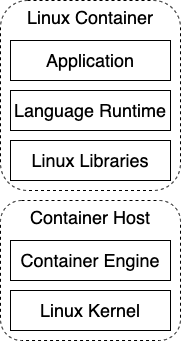
kgb1001001/cloudadoptionpatterns keeps this draw.io diagram as assets/container-host-arch.png. Above is the earlier version. Source tidied: cells renumbered, new cells last; positions are measured from the earlier drawing's top-left corner, leaving out a move shared by most shapes. The source it was exported from:
```xml
<mxGraphModel>
  <root>
    <mxCell id="0" />
    <mxCell id="1" parent="0" />
    <mxCell id="2" value="&lt;font style=&quot;font-size: 18px&quot;&gt;Container Host&lt;/font&gt;" style="rounded=1;whiteSpace=wrap;html=1;dashed=1;verticalAlign=top;" parent="1" vertex="1">
      <mxGeometry y="200" width="180" height="140" as="geometry" />
    </mxCell>
    <mxCell id="3" value="&lt;font style=&quot;font-size: 18px&quot;&gt;Linux Container&lt;/font&gt;" style="rounded=1;whiteSpace=wrap;html=1;dashed=1;verticalAlign=top;" parent="1" vertex="1">
      <mxGeometry width="180" height="190" as="geometry" />
    </mxCell>
    <mxCell id="4" value="&lt;font style=&quot;font-size: 18px&quot;&gt;Linux Kernel&lt;/font&gt;" style="rounded=0;whiteSpace=wrap;html=1;" parent="1" vertex="1">
      <mxGeometry x="10" y="290" width="160" height="40" as="geometry" />
    </mxCell>
    <mxCell id="5" value="&lt;font style=&quot;font-size: 18px&quot;&gt;Container Engine&lt;/font&gt;" style="rounded=0;whiteSpace=wrap;html=1;" parent="1" vertex="1">
      <mxGeometry x="10" y="240" width="160" height="40" as="geometry" />
    </mxCell>
    <mxCell id="6" value="&lt;font style=&quot;font-size: 18px&quot;&gt;Linux Libraries&lt;/font&gt;" style="rounded=0;whiteSpace=wrap;html=1;" parent="1" vertex="1">
      <mxGeometry x="10" y="140" width="160" height="40" as="geometry" />
    </mxCell>
    <mxCell id="7" value="&lt;font style=&quot;font-size: 18px&quot;&gt;Language Runtime&lt;/font&gt;" style="rounded=0;whiteSpace=wrap;html=1;" parent="1" vertex="1">
      <mxGeometry x="10" y="90" width="160" height="40" as="geometry" />
    </mxCell>
    <mxCell id="8" value="&lt;font style=&quot;font-size: 18px&quot;&gt;Application&lt;/font&gt;" style="rounded=0;whiteSpace=wrap;html=1;" parent="1" vertex="1">
      <mxGeometry x="10" y="40" width="160" height="40" as="geometry" />
    </mxCell>
  </root>
</mxGraphModel>
```
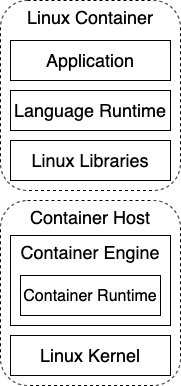
Above is the later version.

Commit message:
Update image stack diagram

Diff of the diagram source:
```diff
@@ -2,18 +2,15 @@
   <root>
     <mxCell id="0" />
     <mxCell id="1" parent="0" />
-    <mxCell id="2" value="&lt;font style=&quot;font-size: 18px&quot;&gt;Container Host&lt;/font&gt;" style="rounded=1;whiteSpace=wrap;html=1;dashed=1;verticalAlign=top;" parent="1" vertex="1">
-      <mxGeometry y="200" width="180" height="140" as="geometry" />
+    <mxCell id="2" value="&lt;font style=&quot;font-size: 18px&quot;&gt;Container Host&lt;/font&gt;" style="rounded=1;whiteSpace=wrap;html=1;fillColor=none;dashed=1;verticalAlign=top;" parent="1" vertex="1">
+      <mxGeometry y="200" width="180" height="185" as="geometry" />
     </mxCell>
-    <mxCell id="3" value="&lt;font style=&quot;font-size: 18px&quot;&gt;Linux Container&lt;/font&gt;" style="rounded=1;whiteSpace=wrap;html=1;dashed=1;verticalAlign=top;" parent="1" vertex="1">
+    <mxCell id="3" value="&lt;font style=&quot;font-size: 18px&quot;&gt;Linux Container&lt;/font&gt;" style="rounded=1;whiteSpace=wrap;html=1;fillColor=none;dashed=1;verticalAlign=top;" parent="1" vertex="1">
       <mxGeometry width="180" height="190" as="geometry" />
     </mxCell>
     <mxCell id="4" value="&lt;font style=&quot;font-size: 18px&quot;&gt;Linux Kernel&lt;/font&gt;" style="rounded=0;whiteSpace=wrap;html=1;" parent="1" vertex="1">
-      <mxGeometry x="10" y="290" width="160" height="40" as="geometry" />
+      <mxGeometry x="10" y="335" width="160" height="40" as="geometry" />
     </mxCell>
-    <mxCell id="5" value="&lt;font style=&quot;font-size: 18px&quot;&gt;Container Engine&lt;/font&gt;" style="rounded=0;whiteSpace=wrap;html=1;" parent="1" vertex="1">
-      <mxGeometry x="10" y="240" width="160" height="40" as="geometry" />
-    </mxCell>
     <mxCell id="6" value="&lt;font style=&quot;font-size: 18px&quot;&gt;Linux Libraries&lt;/font&gt;" style="rounded=0;whiteSpace=wrap;html=1;" parent="1" vertex="1">
       <mxGeometry x="10" y="140" width="160" height="40" as="geometry" />
     </mxCell>
@@ -23,5 +20,14 @@
     <mxCell id="8" value="&lt;font style=&quot;font-size: 18px&quot;&gt;Application&lt;/font&gt;" style="rounded=0;whiteSpace=wrap;html=1;" parent="1" vertex="1">
       <mxGeometry x="10" y="40" width="160" height="40" as="geometry" />
     </mxCell>
+    <mxCell id="9" style="group;" parent="1" vertex="1">
+      <mxGeometry x="10" y="235" width="160" height="90" as="geometry" />
+    </mxCell>
+    <mxCell id="5" value="&lt;font style=&quot;font-size: 18px&quot;&gt;Container Engine&lt;/font&gt;" style="rounded=0;whiteSpace=wrap;html=1;verticalAlign=top;" parent="9" vertex="1">
+      <mxGeometry width="160" height="90" as="geometry" />
+    </mxCell>
+    <mxCell id="10" value="&lt;font style=&quot;font-size: 16px&quot;&gt;Container Runtime&lt;/font&gt;" style="rounded=0;whiteSpace=wrap;html=1;fontSize=17;" parent="9" vertex="1">
+      <mxGeometry x="10" y="40" width="140" height="40" as="geometry" />
+    </mxCell>
   </root>
 </mxGraphModel>
```
